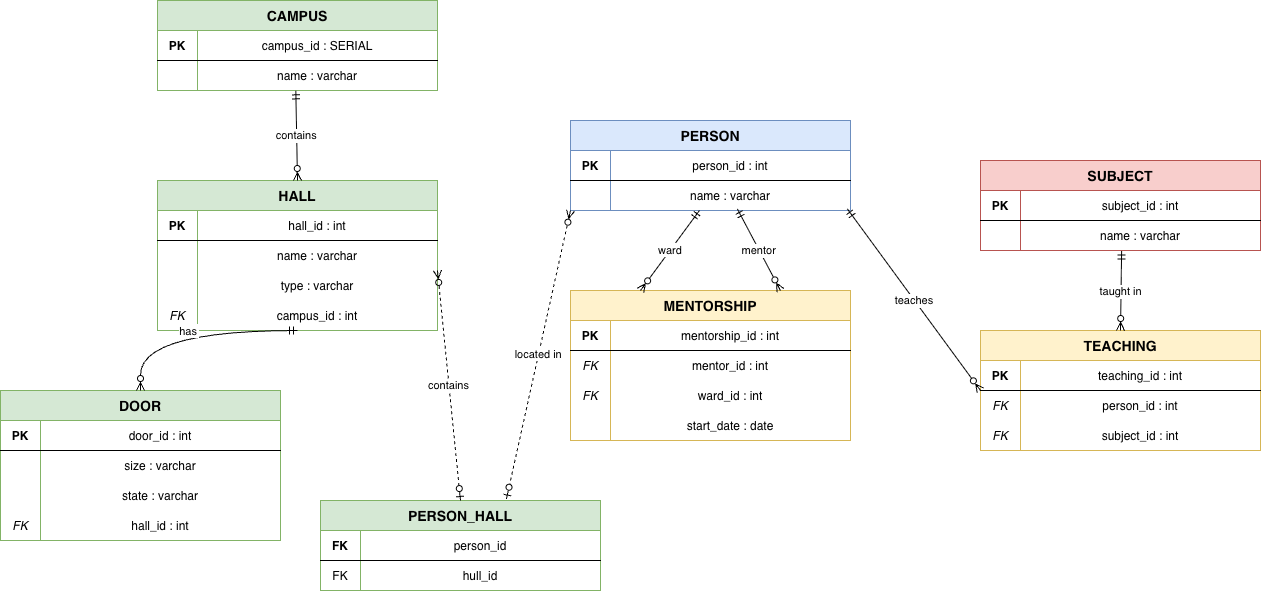
This is Database/Labs/lab1/models/Datalogical:Logical Model.png from mohamedellithyyyy/ITMO-Hub, a draw.io export, as it was before one commit. Source tidied: cells renumbered, new cells last; positions are measured from the earlier drawing's top-left corner, leaving out a move shared by most shapes.
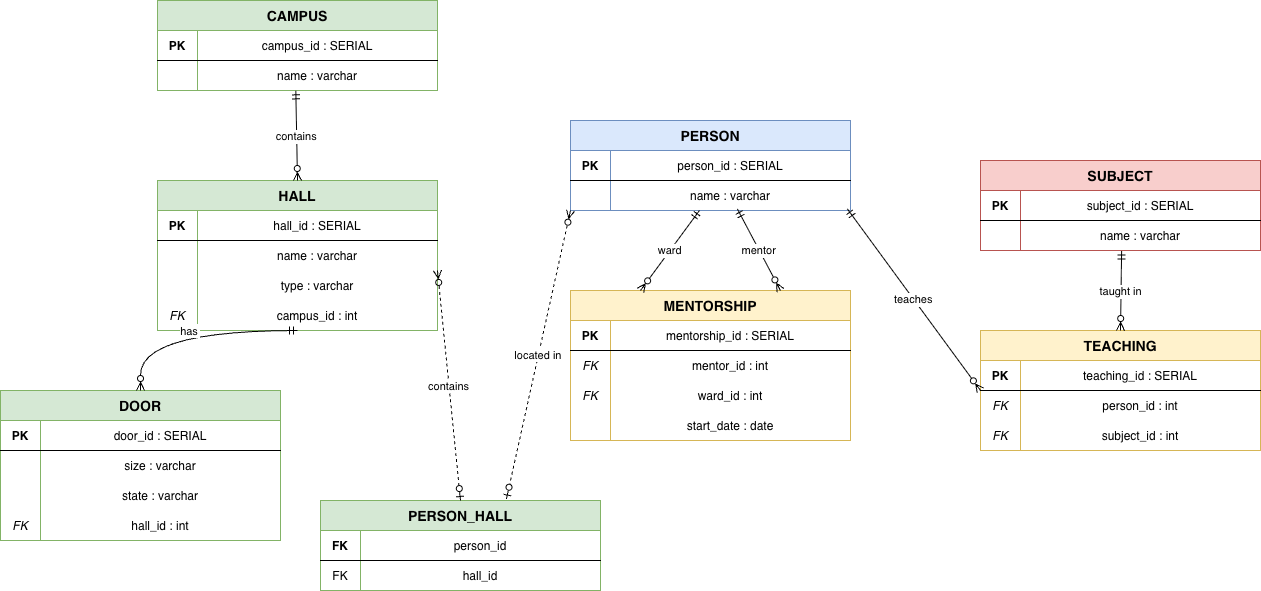
After the change.

Change to the diagram source:
```diff
@@ -11,7 +11,7 @@
     <mxCell id="4" value="PK" style="shape=partialRectangle;fillColor=none;top=0;left=0;bottom=0;right=0;fontStyle=1;overflow=hidden;" parent="3" vertex="1">
       <mxGeometry width="40" height="30" as="geometry" />
     </mxCell>
-    <mxCell id="5" value="person_id : int" style="shape=partialRectangle;fillColor=none;top=0;left=0;bottom=0;right=0;overflow=hidden;" parent="3" vertex="1">
+    <mxCell id="5" value="person_id : SERIAL" style="shape=partialRectangle;fillColor=none;top=0;left=0;bottom=0;right=0;overflow=hidden;" parent="3" vertex="1">
       <mxGeometry x="40" width="240" height="30" as="geometry" />
     </mxCell>
     <mxCell id="6" style="shape=tableRow;horizontal=0;startSize=0;swimlaneHead=0;swimlaneBody=0;fillColor=none;points=[[0,0.5],[1,0.5]];portConstraint=eastwest;fontSize=12;top=0;left=0;right=0;bottom=0;" parent="2" vertex="1">
@@ -53,7 +53,7 @@
     <mxCell id="18" value="PK" style="shape=partialRectangle;fillColor=none;top=0;left=0;bottom=0;right=0;fontStyle=1;overflow=hidden;" parent="17" vertex="1">
       <mxGeometry width="40" height="30" as="geometry" />
     </mxCell>
-    <mxCell id="19" value="hall_id : int" style="shape=partialRectangle;fillColor=none;top=0;left=0;bottom=0;right=0;overflow=hidden;" parent="17" vertex="1">
+    <mxCell id="19" value="hall_id : SERIAL" style="shape=partialRectangle;fillColor=none;top=0;left=0;bottom=0;right=0;overflow=hidden;" parent="17" vertex="1">
       <mxGeometry x="40" width="240" height="30" as="geometry" />
     </mxCell>
     <mxCell id="20" style="shape=tableRow;horizontal=0;startSize=0;swimlaneHead=0;swimlaneBody=0;fillColor=none;fontSize=12;top=0;left=0;right=0;bottom=0;" parent="16" vertex="1">
@@ -92,7 +92,7 @@
     <mxCell id="31" value="PK" style="shape=partialRectangle;fillColor=none;top=0;left=0;bottom=0;right=0;fontStyle=1;overflow=hidden;" parent="30" vertex="1">
       <mxGeometry width="40" height="30" as="geometry" />
     </mxCell>
-    <mxCell id="32" value="door_id : int" style="shape=partialRectangle;fillColor=none;top=0;left=0;bottom=0;right=0;overflow=hidden;" parent="30" vertex="1">
+    <mxCell id="32" value="door_id : SERIAL" style="shape=partialRectangle;fillColor=none;top=0;left=0;bottom=0;right=0;overflow=hidden;" parent="30" vertex="1">
       <mxGeometry x="40" width="240" height="30" as="geometry" />
     </mxCell>
     <mxCell id="33" style="shape=tableRow;horizontal=0;startSize=0;swimlaneHead=0;swimlaneBody=0;fillColor=none;fontSize=12;top=0;left=0;right=0;bottom=0;" parent="29" vertex="1">
@@ -131,7 +131,7 @@
     <mxCell id="44" value="PK" style="shape=partialRectangle;fillColor=none;top=0;left=0;bottom=0;right=0;fontStyle=1;overflow=hidden;" parent="43" vertex="1">
       <mxGeometry width="40" height="30" as="geometry" />
     </mxCell>
-    <mxCell id="45" value="mentorship_id : int" style="shape=partialRectangle;fillColor=none;top=0;left=0;bottom=0;right=0;overflow=hidden;" parent="43" vertex="1">
+    <mxCell id="45" value="mentorship_id : SERIAL" style="shape=partialRectangle;fillColor=none;top=0;left=0;bottom=0;right=0;overflow=hidden;" parent="43" vertex="1">
       <mxGeometry x="40" width="240" height="30" as="geometry" />
     </mxCell>
     <mxCell id="46" style="shape=tableRow;horizontal=0;startSize=0;swimlaneHead=0;swimlaneBody=0;fillColor=none;fontSize=12;top=0;left=0;right=0;bottom=0;" parent="42" vertex="1">
@@ -170,7 +170,7 @@
     <mxCell id="57" value="PK" style="shape=partialRectangle;fillColor=none;top=0;left=0;bottom=0;right=0;fontStyle=1;overflow=hidden;" parent="56" vertex="1">
       <mxGeometry width="40" height="30" as="geometry" />
     </mxCell>
-    <mxCell id="58" value="subject_id : int" style="shape=partialRectangle;fillColor=none;top=0;left=0;bottom=0;right=0;overflow=hidden;" parent="56" vertex="1">
+    <mxCell id="58" value="subject_id : SERIAL" style="shape=partialRectangle;fillColor=none;top=0;left=0;bottom=0;right=0;overflow=hidden;" parent="56" vertex="1">
       <mxGeometry x="40" width="240" height="30" as="geometry" />
     </mxCell>
     <mxCell id="59" style="shape=tableRow;horizontal=0;startSize=0;swimlaneHead=0;swimlaneBody=0;fillColor=none;points=[[0,0.5],[1,0.5]];portConstraint=eastwest;fontSize=12;top=0;left=0;right=0;bottom=0;" parent="55" vertex="1">
@@ -191,7 +191,7 @@
     <mxCell id="64" value="PK" style="shape=partialRectangle;fillColor=none;top=0;left=0;bottom=0;right=0;fontStyle=1;overflow=hidden;" parent="63" vertex="1">
       <mxGeometry width="40" height="30" as="geometry" />
     </mxCell>
-    <mxCell id="65" value="teaching_id : int" style="shape=partialRectangle;fillColor=none;top=0;left=0;bottom=0;right=0;overflow=hidden;" parent="63" vertex="1">
+    <mxCell id="65" value="teaching_id : SERIAL" style="shape=partialRectangle;fillColor=none;top=0;left=0;bottom=0;right=0;overflow=hidden;" parent="63" vertex="1">
       <mxGeometry x="40" width="240" height="30" as="geometry" />
     </mxCell>
     <mxCell id="66" style="shape=tableRow;horizontal=0;startSize=0;swimlaneHead=0;swimlaneBody=0;fillColor=none;fontSize=12;top=0;left=0;right=0;bottom=0;" parent="62" vertex="1">
@@ -255,7 +255,7 @@
     <mxCell id="84" value="FK" style="shape=partialRectangle;fillColor=none;top=0;left=0;bottom=0;right=0;overflow=hidden;" parent="83" vertex="1">
       <mxGeometry width="40" height="30" as="geometry" />
     </mxCell>
-    <mxCell id="85" value="hull_id" style="shape=partialRectangle;fillColor=none;top=0;left=0;bottom=0;right=0;overflow=hidden;" parent="83" vertex="1">
+    <mxCell id="85" value="hall_id" style="shape=partialRectangle;fillColor=none;top=0;left=0;bottom=0;right=0;overflow=hidden;" parent="83" vertex="1">
       <mxGeometry x="40" width="240" height="30" as="geometry" />
     </mxCell>
     <mxCell id="86" value="contains" style="endArrow=ERzeroToOne;startArrow=ERzeroToMany;fontSize=11;dashed=1;exitX=0;exitY=1;exitDx=0;exitDy=0;endFill=0;startFill=0;rounded=0;curved=0;entryX=0.5;entryY=0;entryDx=0;entryDy=0;" parent="1" edge="1" target="79">
```
